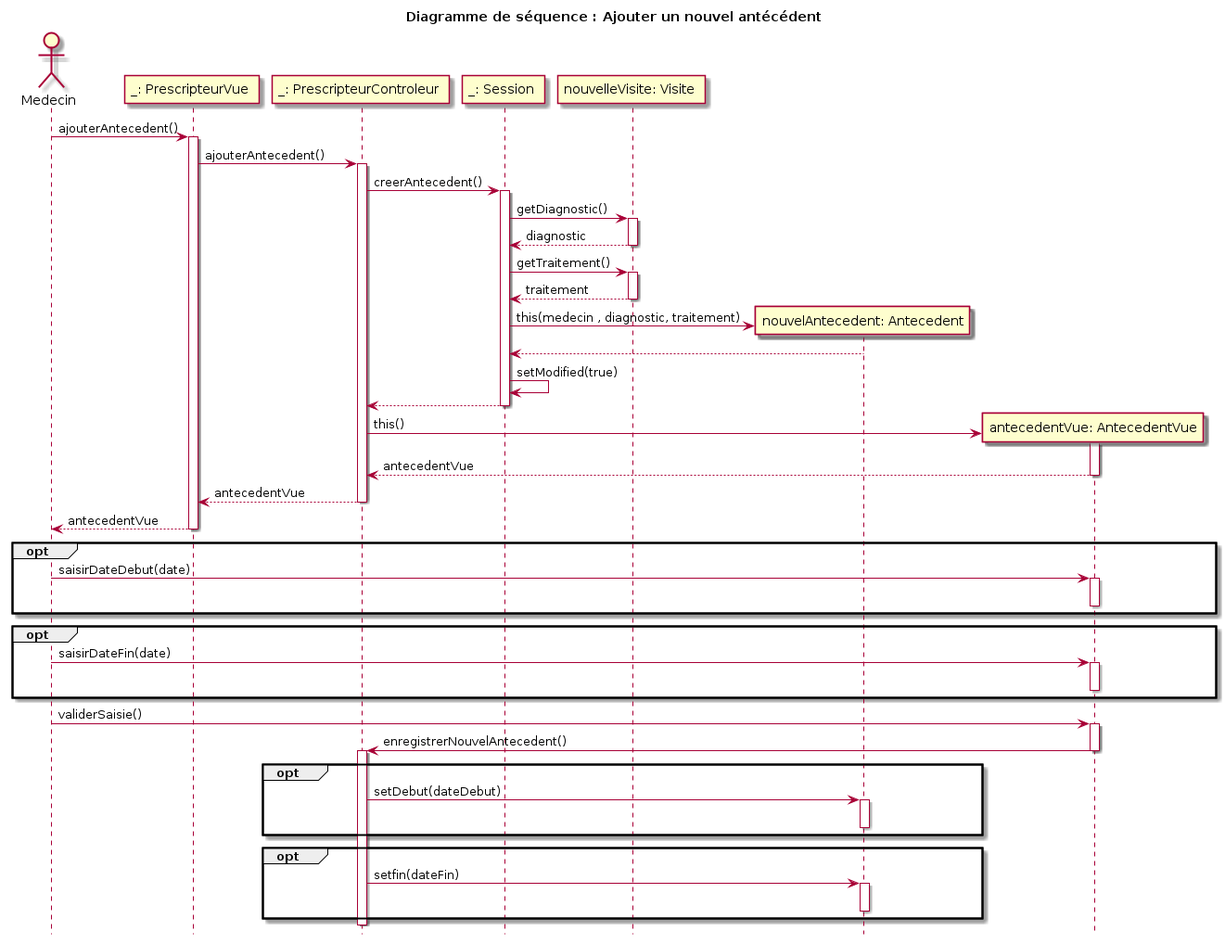
Earlier version of the PlantUML export models/Diagramme_Sequences/Ajouter_antecedent/sequence_diagram_ajouter_antecedent.png (fethiuqam/INF5153-Projet-Session).
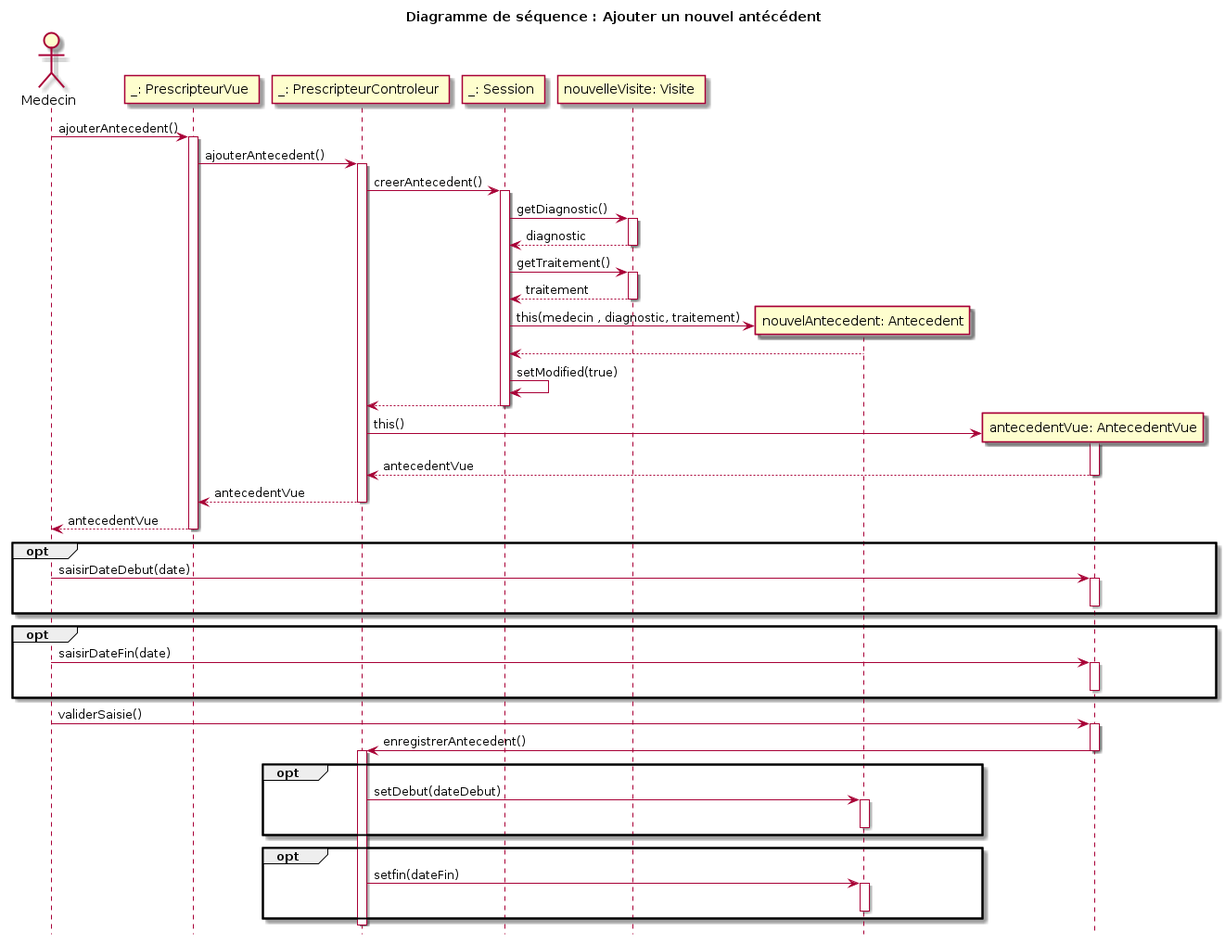
The same file after the commit.

Commit message:
ajout du diagramme de sequence modifier un antecedent

The edit, as a diff of the source:
```diff
@@ -56,7 +56,7 @@
 
 med -> av : validerSaisie()
 activate av
-    av -> pc : enregistrerNouvelAntecedent()
+    av -> pc : enregistrerAntecedent()
     deactivate av
     activate pc
 
```
